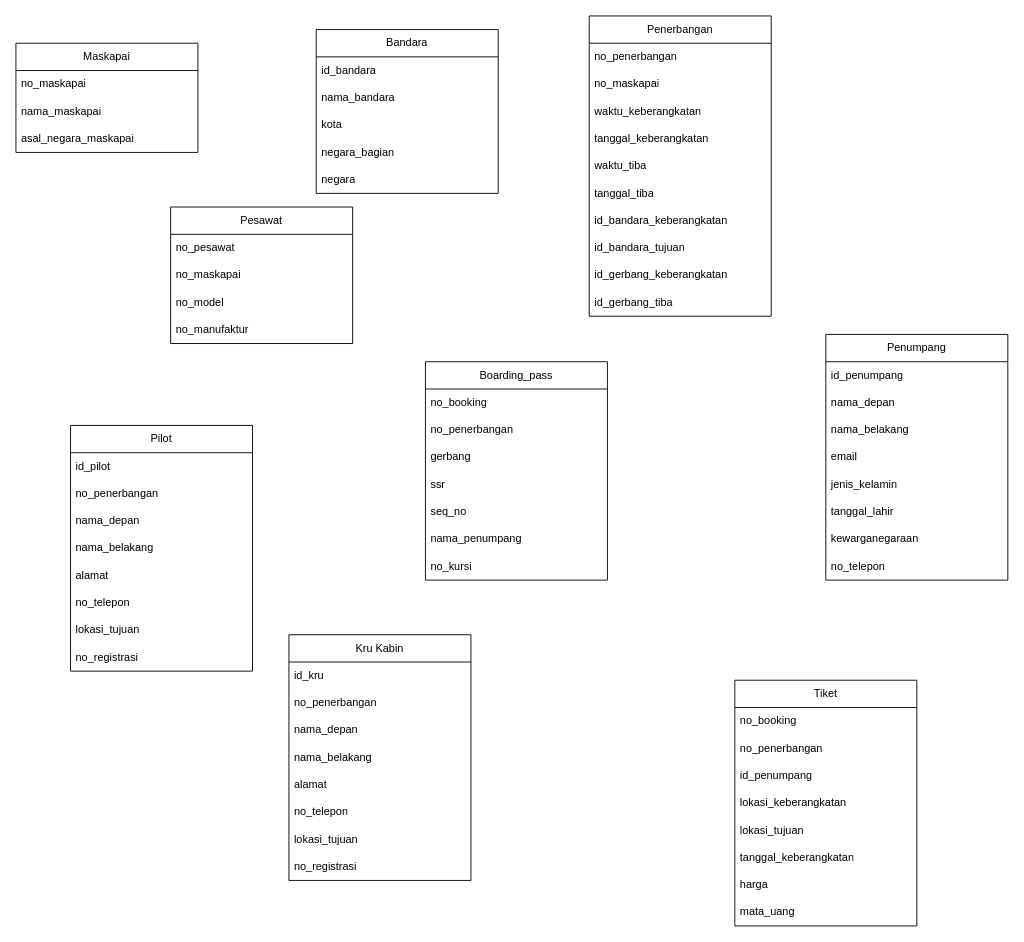
Above: ER Diagram/ADD.drawio in Edwin-Jaya/Data-Design-Analytics-Project (draw.io), before the change. Source tidied: cells renumbered, new cells numbered last; positions are measured from the earlier drawing's top-left corner, leaving out a move shared by most shapes. Both pictures are drawn from the tidied source at 91%, with x=0, y=0 at pixel (15, 15).
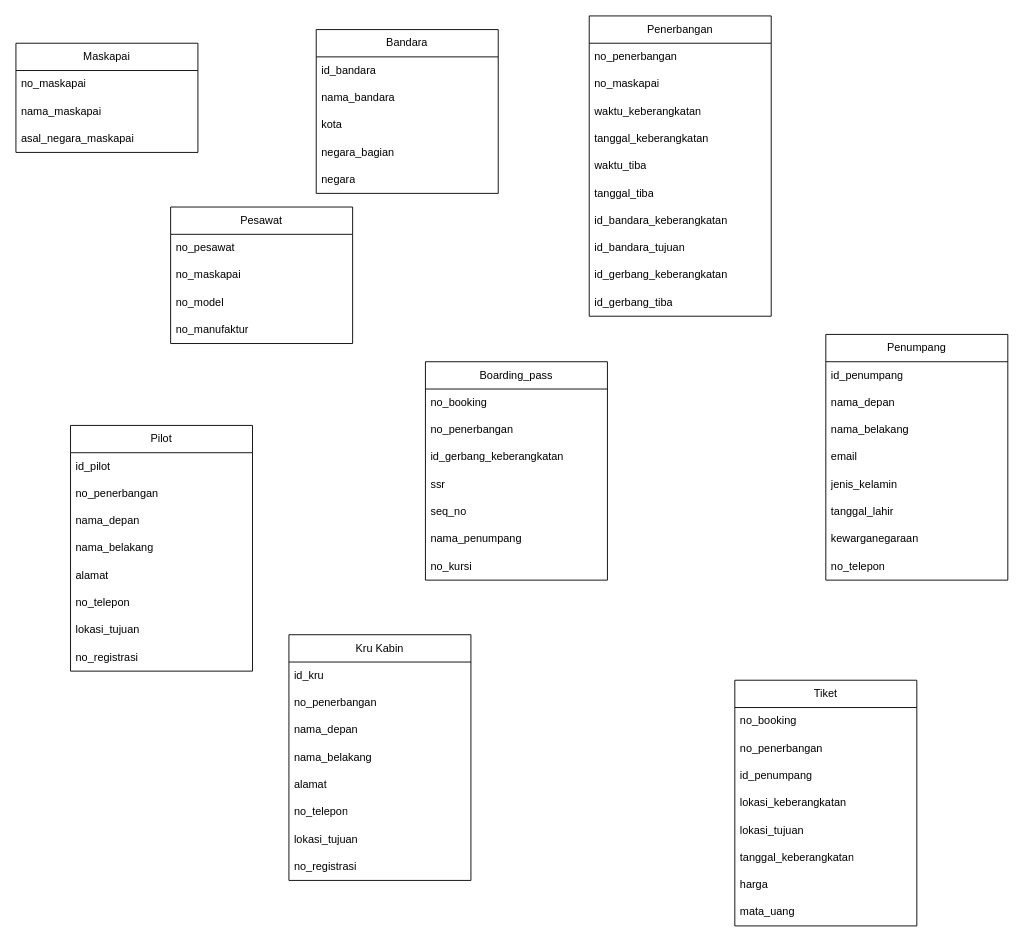
The same page after the edit.

Unchanged cells that the change refers to:
```xml
<mxCell id="35" value="Boarding_pass" style="swimlane;fontStyle=0;horizontal=1;startSize=30;whiteSpace=wrap;html=1;" parent="1" vertex="1">
  <mxGeometry x="450" y="380" width="200" height="240" as="geometry" />
</mxCell>
```

Diff of the diagram source:
```diff
@@
-    <mxCell id="38" value="gerbang" style="text;strokeColor=none;fillColor=none;align=left;verticalAlign=middle;spacingLeft=4;spacingRight=4;overflow=hidden;whiteSpace=wrap;html=1;" parent="35" vertex="1">
+    <mxCell id="38" value="id_gerbang_keberangkatan" style="text;strokeColor=none;fillColor=none;align=left;verticalAlign=middle;spacingLeft=4;spacingRight=4;overflow=hidden;whiteSpace=wrap;html=1;" parent="35" vertex="1">
       <mxGeometry y="90" width="200" height="30" as="geometry" />
     </mxCell>
```
